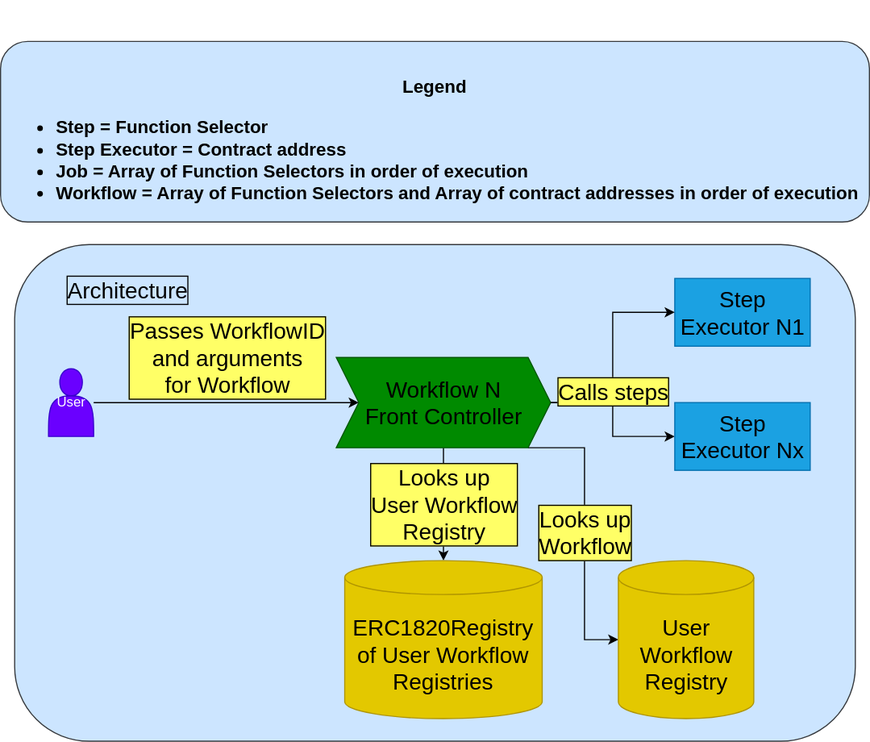
This is diagrams/architecture.drawio.svg from Mimir-Solutions/contract-workflow-management, a draw.io export, as it was before one commit. Source tidied: cells renumbered, new cells last; positions are measured from the earlier drawing's top-left corner, leaving out a move shared by most shapes.
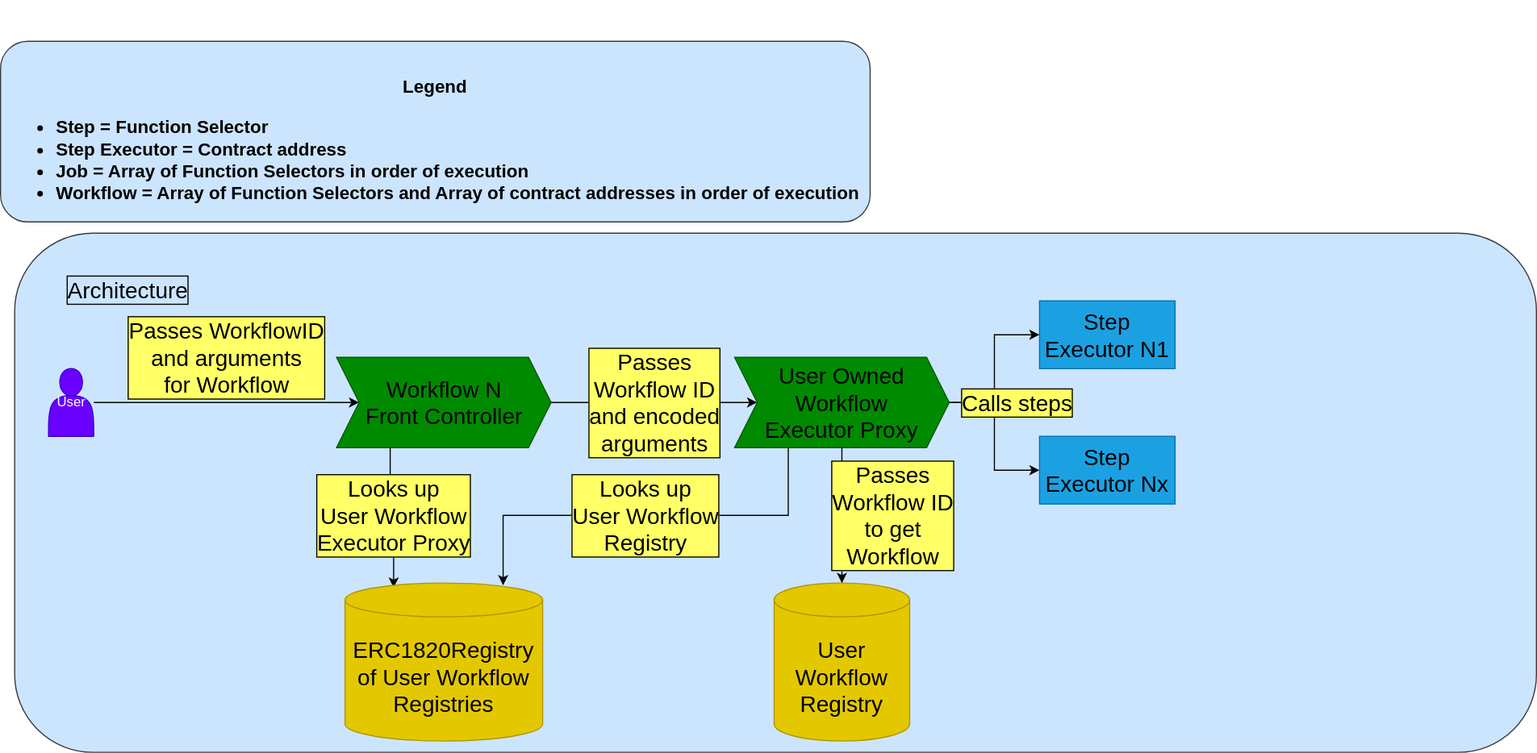
After the change.

Commit message:
Started tests and added architectural diagram

Change to the diagram source:
```diff
@@ -3,7 +3,7 @@
     <mxCell id="0" />
     <mxCell id="1" parent="0" />
     <mxCell id="2" style="rounded=1;whiteSpace=wrap;html=1;fillColor=#cce5ff;strokeColor=#36393d;" parent="1" vertex="1">
-      <mxGeometry x="12.5" y="180" width="745" height="440" as="geometry" />
+      <mxGeometry x="12.5" y="170" width="1347.5" height="460" as="geometry" />
     </mxCell>
     <mxCell id="3" value="Passes WorkflowID &lt;br&gt;and arguments &lt;br&gt;for Workflow" style="edgeStyle=orthogonalEdgeStyle;rounded=0;jettySize=auto;entryX=0;entryY=0.5;entryDx=0;entryDy=0;fontSize=20;fontColor=#000000;strokeColor=#000000;labelBackgroundColor=#FFFF66;labelBorderColor=#000000;html=1;verticalAlign=bottom;" parent="1" edge="1" source="4" target="10">
       <mxGeometry relative="1" as="geometry" />
@@ -17,37 +17,41 @@
     <mxCell id="6" value="Architecture" style="text;html=1;strokeColor=none;fillColor=none;align=center;verticalAlign=middle;whiteSpace=wrap;rounded=0;fontColor=#000000;labelBorderColor=#000000;fontSize=20;" parent="1" vertex="1">
       <mxGeometry x="42.5" y="200" width="140" height="40" as="geometry" />
     </mxCell>
-    <mxCell id="7" value="Looks up&lt;br&gt;User Workflow&lt;br&gt;Registry" style="edgeStyle=orthogonalEdgeStyle;rounded=0;jettySize=auto;html=1;labelBackgroundColor=#FFFF66;strokeColor=#000000;fontSize=20;fontColor=#000000;labelBorderColor=#000000;verticalAlign=middle;" parent="1" edge="1" source="10" target="11">
+    <mxCell id="7" value="Looks up&lt;br&gt;User Workflow&lt;br&gt;Registry" style="edgeStyle=orthogonalEdgeStyle;rounded=0;jettySize=auto;html=1;labelBackgroundColor=#FFFF66;strokeColor=#000000;fontSize=20;fontColor=#000000;labelBorderColor=#000000;verticalAlign=middle;exitX=0.25;exitY=1;exitDx=0;exitDy=0;entryX=0.8;entryY=0.014;entryDx=0;entryDy=0;entryPerimeter=0;" parent="1" edge="1" source="20" target="11">
       <mxGeometry relative="1" as="geometry" />
     </mxCell>
-    <mxCell id="8" value="Looks up&lt;br&gt;Workflow" style="edgeStyle=orthogonalEdgeStyle;rounded=0;jettySize=auto;html=1;entryX=0;entryY=0.5;entryDx=0;entryDy=0;entryPerimeter=0;labelBackgroundColor=#FFFF66;strokeColor=#000000;fontSize=20;fontColor=#000000;labelBorderColor=#000000;" parent="1" edge="1" source="10" target="12">
-      <mxGeometry relative="1" as="geometry">
-        <Array as="points">
-          <mxPoint x="517.5" y="360" />
-          <mxPoint x="517.5" y="530" />
-        </Array>
-      </mxGeometry>
-    </mxCell>
-    <mxCell id="9" style="edgeStyle=orthogonalEdgeStyle;rounded=0;jettySize=auto;html=1;entryX=0;entryY=0.5;entryDx=0;entryDy=0;labelBackgroundColor=#FFFF66;strokeColor=#000000;fontSize=20;fontColor=#000000;" parent="1" edge="1" source="10" target="14">
-      <mxGeometry relative="1" as="geometry" />
-    </mxCell>
+    <mxCell id="16" value="&lt;font style=&quot;font-size: 20px&quot;&gt;Looks up&lt;br&gt;User Workflow&lt;br&gt;Executor Proxy&lt;/font&gt;" style="edgeStyle=orthogonalEdgeStyle;rounded=0;jettySize=auto;html=1;strokeColor=#000000;fontColor=#000000;labelBackgroundColor=#FFFF66;labelBorderColor=#000000;exitX=0.25;exitY=1;exitDx=0;exitDy=0;entryX=0.246;entryY=0.029;entryDx=0;entryDy=0;entryPerimeter=0;" parent="1" edge="1" source="10" target="11">
+      <mxGeometry relative="1" as="geometry" />
+    </mxCell>
+    <mxCell id="17" value="Passes&lt;br&gt;Workflow ID&lt;br&gt;and encoded&lt;br&gt;arguments" style="edgeStyle=orthogonalEdgeStyle;rounded=0;jettySize=auto;html=1;labelBackgroundColor=#FFFF66;strokeColor=#000000;fontSize=20;fontColor=#000000;labelBorderColor=#000000;" parent="1" edge="1" source="10" target="20">
+      <mxGeometry relative="1" as="geometry" />
+    </mxCell>
     <mxCell id="10" value="Workflow N&lt;br&gt;Front Controller" style="shape=step;perimeter=stepPerimeter;whiteSpace=wrap;html=1;fixedSize=1;rounded=0;fillColor=#008a00;fontSize=20;strokeColor=#005700;fontColor=#000000;" parent="1" vertex="1">
       <mxGeometry x="297.5" y="280" width="190" height="80" as="geometry" />
     </mxCell>
     <mxCell id="11" value="ERC1820Registry of User Workflow&lt;br&gt;Registries" style="shape=cylinder3;whiteSpace=wrap;html=1;boundedLbl=1;backgroundOutline=1;size=15;rounded=0;fillColor=#e3c800;fontSize=20;strokeColor=#B09500;fontColor=#000000;labelBackgroundColor=none;" parent="1" vertex="1">
-      <mxGeometry x="305" y="460" width="175" height="140" as="geometry" />
+      <mxGeometry x="305" y="480" width="175" height="140" as="geometry" />
     </mxCell>
     <mxCell id="12" value="User Workflow&lt;br&gt;Registry" style="shape=cylinder3;whiteSpace=wrap;html=1;boundedLbl=1;backgroundOutline=1;size=15;rounded=0;fillColor=#e3c800;fontSize=20;strokeColor=#B09500;fontColor=#000000;labelBackgroundColor=none;" parent="1" vertex="1">
-      <mxGeometry x="547.5" y="460" width="120" height="140" as="geometry" />
+      <mxGeometry x="685" y="480" width="120" height="140" as="geometry" />
     </mxCell>
     <mxCell id="13" value="Step Executor N1" style="rounded=0;whiteSpace=wrap;html=1;labelBackgroundColor=none;fillColor=#1ba1e2;fontSize=20;strokeColor=#006EAF;fontColor=#000000;labelBorderColor=none;" parent="1" vertex="1">
-      <mxGeometry x="597.5" y="210" width="120" height="60" as="geometry" />
+      <mxGeometry x="920" y="230" width="120" height="60" as="geometry" />
     </mxCell>
     <mxCell id="14" value="Step Executor Nx" style="rounded=0;whiteSpace=wrap;html=1;labelBackgroundColor=none;fillColor=#1ba1e2;fontSize=20;strokeColor=#006EAF;fontColor=#000000;labelBorderColor=none;" parent="1" vertex="1">
-      <mxGeometry x="597.5" y="320" width="120" height="60" as="geometry" />
+      <mxGeometry x="920" y="350" width="120" height="60" as="geometry" />
     </mxCell>
+    <mxCell id="18" style="edgeStyle=orthogonalEdgeStyle;rounded=0;jettySize=auto;html=1;entryX=0;entryY=0.5;entryDx=0;entryDy=0;labelBackgroundColor=#FFFF66;strokeColor=#000000;fontSize=20;fontColor=#000000;" parent="1" edge="1" source="20" target="13">
+      <mxGeometry relative="1" as="geometry" />
+    </mxCell>
-    <mxCell id="15" value="Calls steps" style="edgeStyle=orthogonalEdgeStyle;rounded=0;jettySize=auto;html=1;entryX=0;entryY=0.5;entryDx=0;entryDy=0;labelBackgroundColor=#FFFF66;strokeColor=#000000;fontSize=20;fontColor=#000000;labelBorderColor=#000000;" parent="1" edge="1" source="10" target="13">
-      <mxGeometry x="-0.32" relative="1" as="geometry" />
+    <mxCell id="15" value="Calls steps" style="edgeStyle=orthogonalEdgeStyle;rounded=0;jettySize=auto;html=1;labelBackgroundColor=#FFFF66;strokeColor=#000000;fontSize=20;fontColor=#000000;labelBorderColor=#000000;" parent="1" edge="1" source="20" target="14">
+      <mxGeometry x="-0.43" y="20" relative="1" as="geometry" />
     </mxCell>
+    <mxCell id="19" value="Passes&lt;br&gt;Workflow ID&lt;br&gt;to get&lt;br&gt;Workflow" style="edgeStyle=orthogonalEdgeStyle;rounded=0;jettySize=auto;html=1;labelBackgroundColor=#FFFF66;strokeColor=#000000;fontSize=20;fontColor=#000000;labelBorderColor=#000000;" parent="1" edge="1" source="20" target="12">
+      <mxGeometry y="45" relative="1" as="geometry" />
+    </mxCell>
+    <mxCell id="20" value="User Owned&lt;br&gt;Workflow&lt;br&gt;Executor Proxy" style="shape=step;perimeter=stepPerimeter;whiteSpace=wrap;html=1;fixedSize=1;rounded=0;fillColor=#008a00;fontSize=20;strokeColor=#005700;fontColor=#000000;" parent="1" vertex="1">
+      <mxGeometry x="650" y="280" width="190" height="80" as="geometry" />
+    </mxCell>
   </root>
 </mxGraphModel>
```
